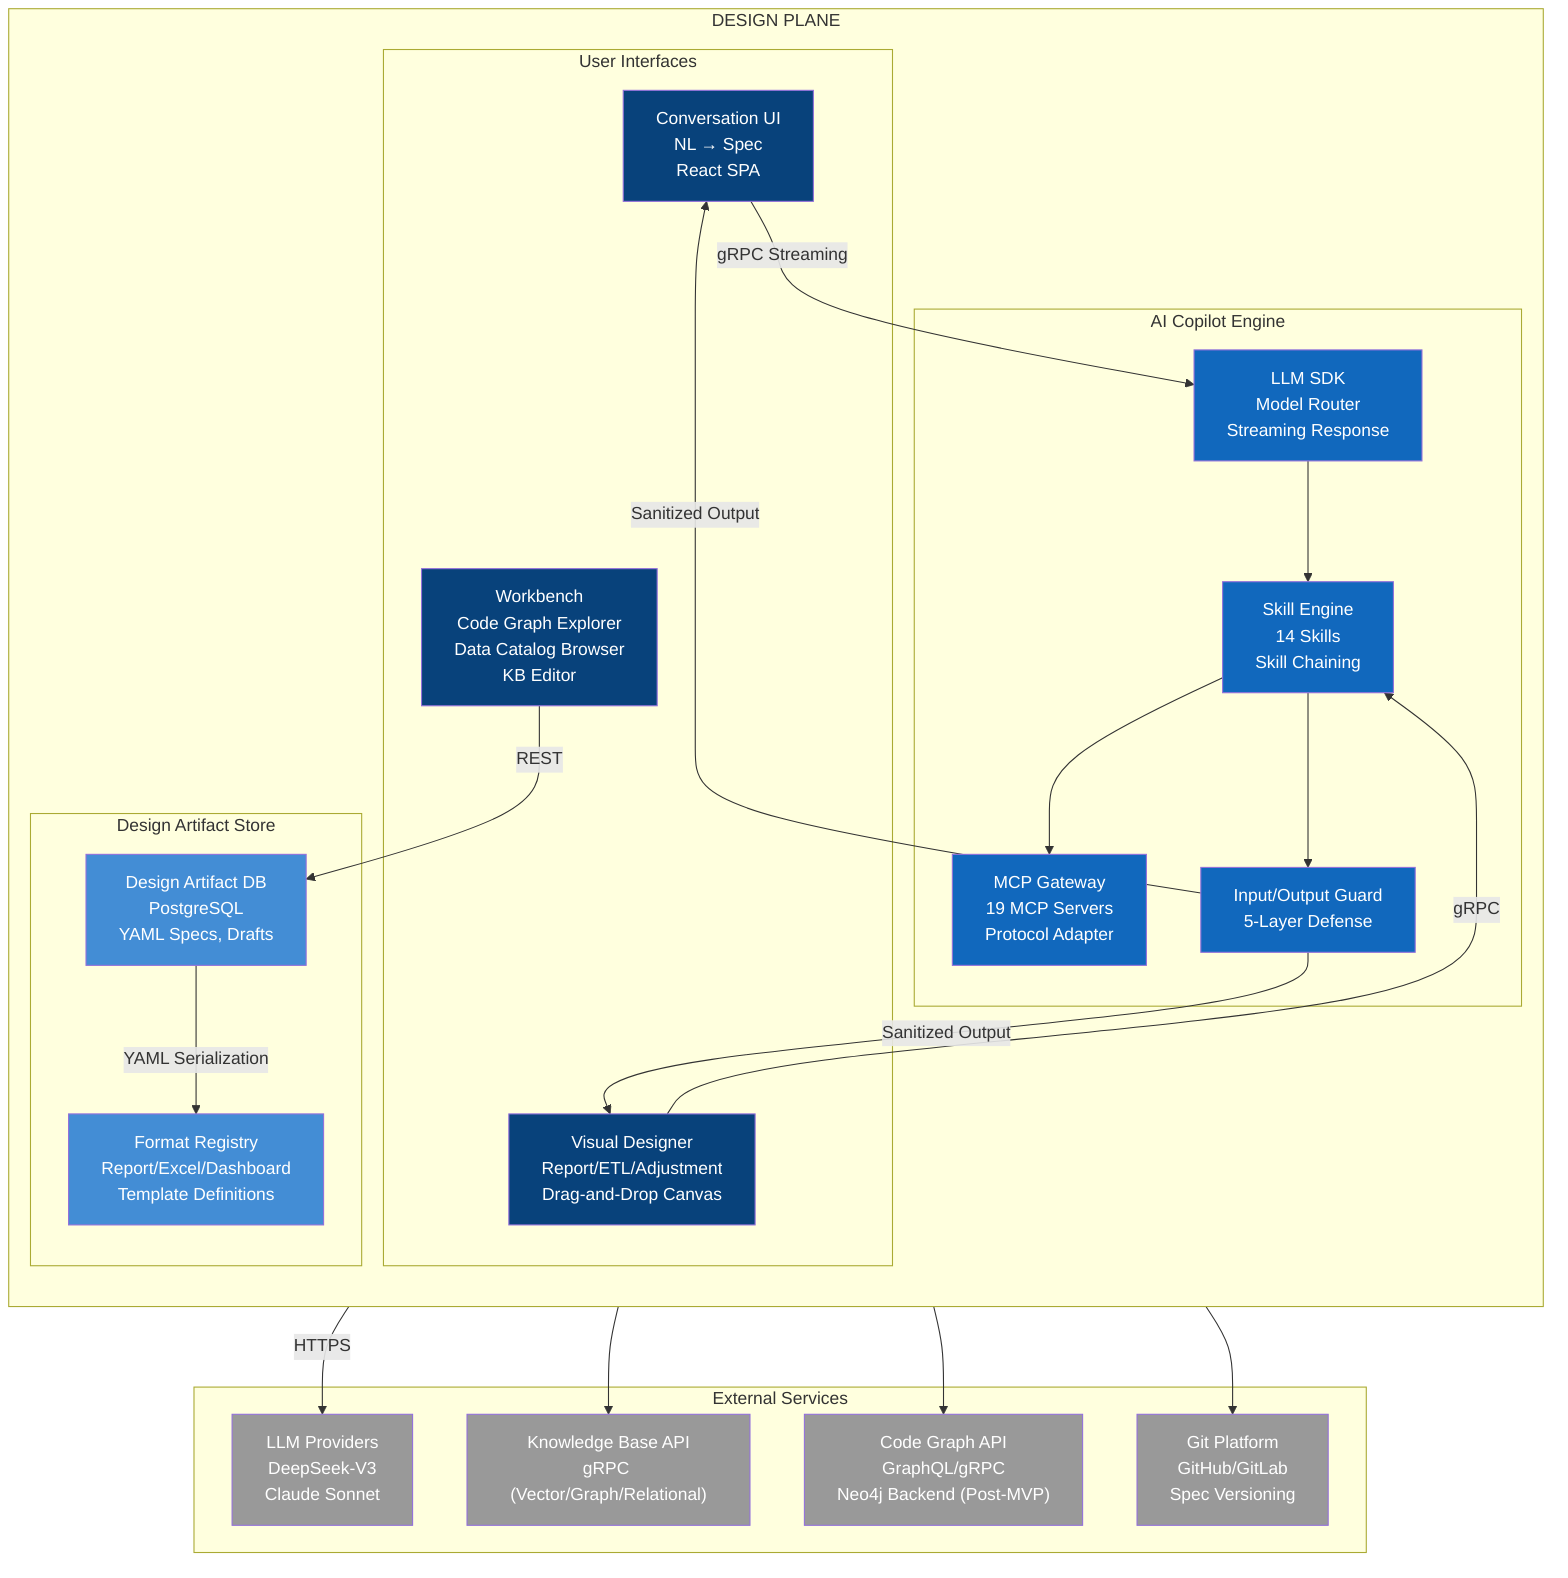
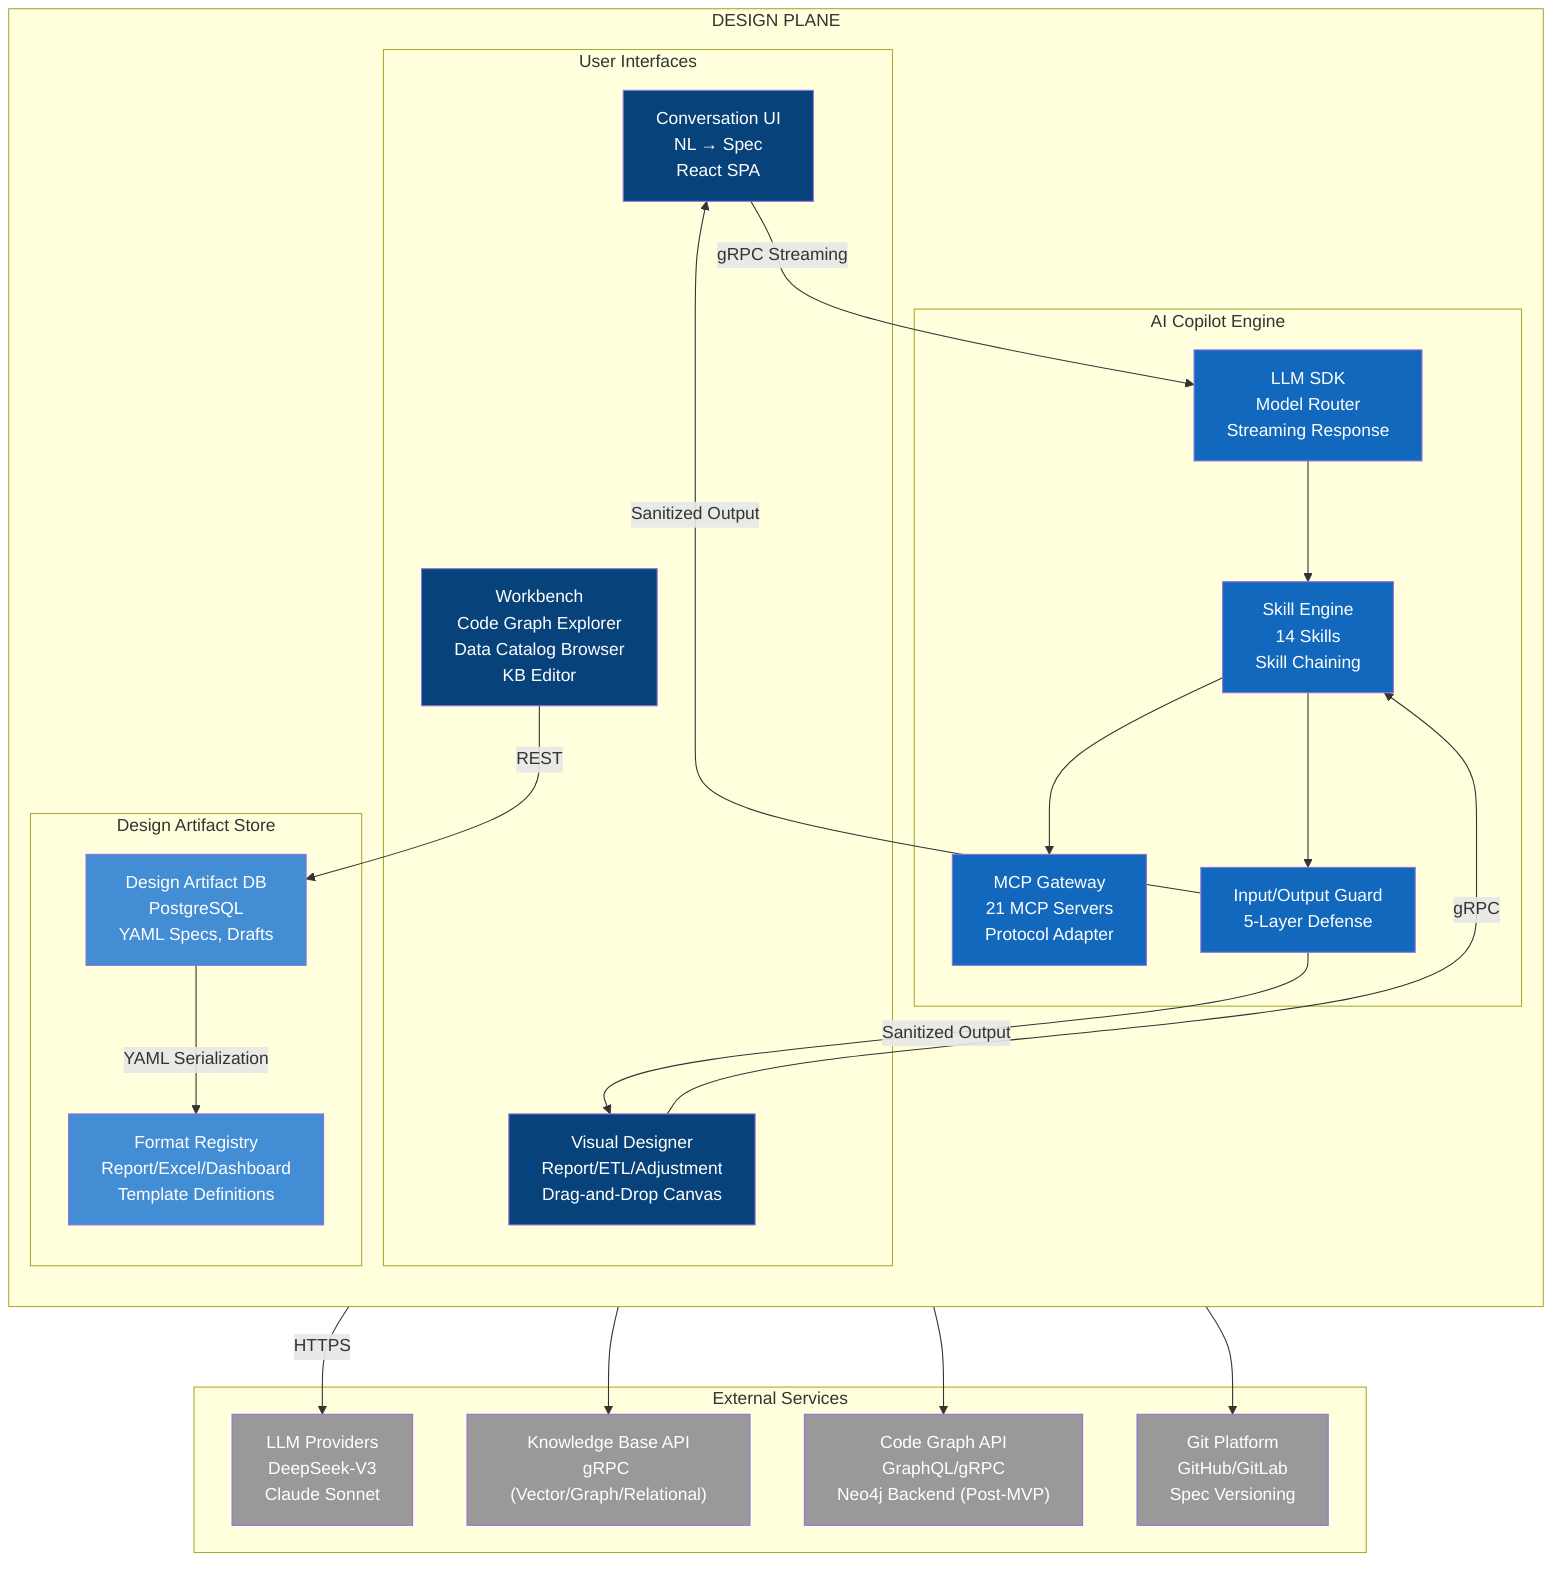
graph TB
%% C4 Component Diagram — llm-reporting Design Plane Detail
%% See docs/architecture/c4-model.md (§15) for System Context and Container levels
    subgraph DP["DESIGN PLANE"]
        direction TB

        subgraph UI["User Interfaces"]
            Conv["Conversation UI<br/>NL → Spec<br/>React SPA"]
            Vis["Visual Designer<br/>Report/ETL/Adjustment<br/>Drag-and-Drop Canvas"]
            WB["Workbench<br/>Code Graph Explorer<br/>Data Catalog Browser<br/>KB Editor"]
        end

        subgraph Core["AI Copilot Engine"]
            SDK["LLM SDK<br/>Model Router<br/>Streaming Response"]
            Skill["Skill Engine<br/>14 Skills<br/>Skill Chaining"]
-             MCP["MCP Gateway<br/>19 MCP Servers<br/>Protocol Adapter"]
+             MCP["MCP Gateway<br/>21 MCP Servers<br/>Protocol Adapter"]
            Guard["Input/Output Guard<br/>5-Layer Defense"]
        end

        subgraph Store["Design Artifact Store"]
            Artifact["Design Artifact DB<br/>PostgreSQL<br/>YAML Specs, Drafts"]
            Format["Format Registry<br/>Report/Excel/Dashboard<br/>Template Definitions"]
        end
    end

    subgraph External["External Services"]
        LLM["LLM Providers<br/>DeepSeek-V3<br/>Claude Sonnet"]
        KB["Knowledge Base API<br/>gRPC (Vector/Graph/Relational)"]
        CG["Code Graph API<br/>GraphQL/gRPC<br/>Neo4j Backend (Post-MVP)"]
        Git["Git Platform<br/>GitHub/GitLab<br/>Spec Versioning"]
    end

    Conv -->|"gRPC Streaming"| SDK
    Vis -->|"gRPC"| Skill
    WB -->|"REST"| Artifact

    SDK -->|"HTTPS"| LLM
    SDK --> Skill
    Skill --> MCP
    Skill --> Guard
    MCP --> KB
    MCP --> CG
    MCP --> Git

    Artifact -->|"YAML Serialization"| Format
    Guard -->|"Sanitized Output"| Conv
    Guard -->|"Sanitized Output"| Vis

    classDef ui fill:#08427b,color:#fff
    classDef core fill:#1168bd,color:#fff
    classDef store fill:#438dd5,color:#fff
    classDef external fill:#999,color:#fff

    class Conv,Vis,WB ui
    class SDK,Skill,MCP,Guard core
    class Artifact,Format store
    class LLM,KB,CG,Git external
